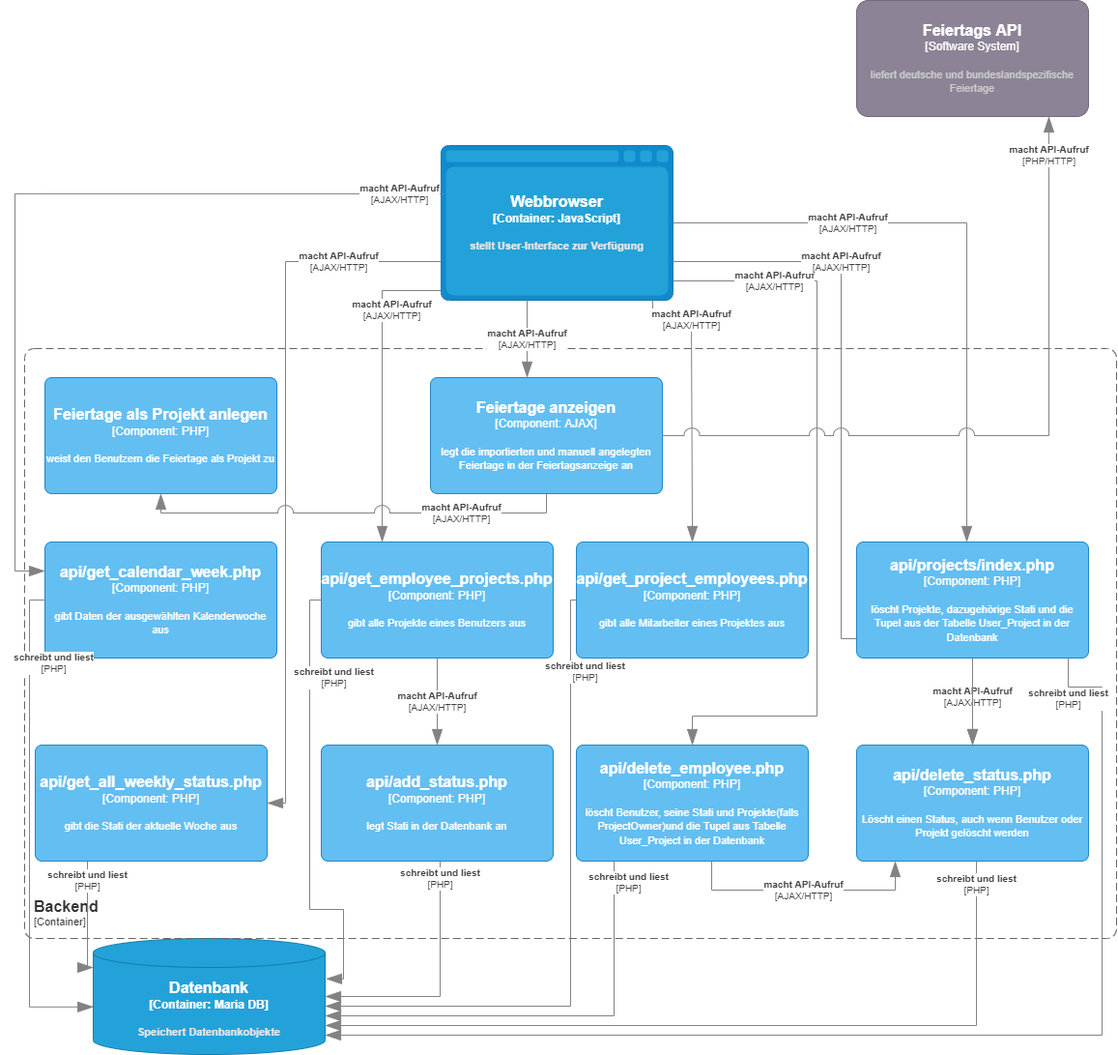
Earlier version of the draw.io export docs/architecture/images/c4 3 schicht feiertage.png (PowerOfCreation/E1Ressourcenverwaltung). Source tidied: cells renumbered, new cells last; positions are measured from the earlier drawing's top-left corner, leaving out a move shared by most shapes.
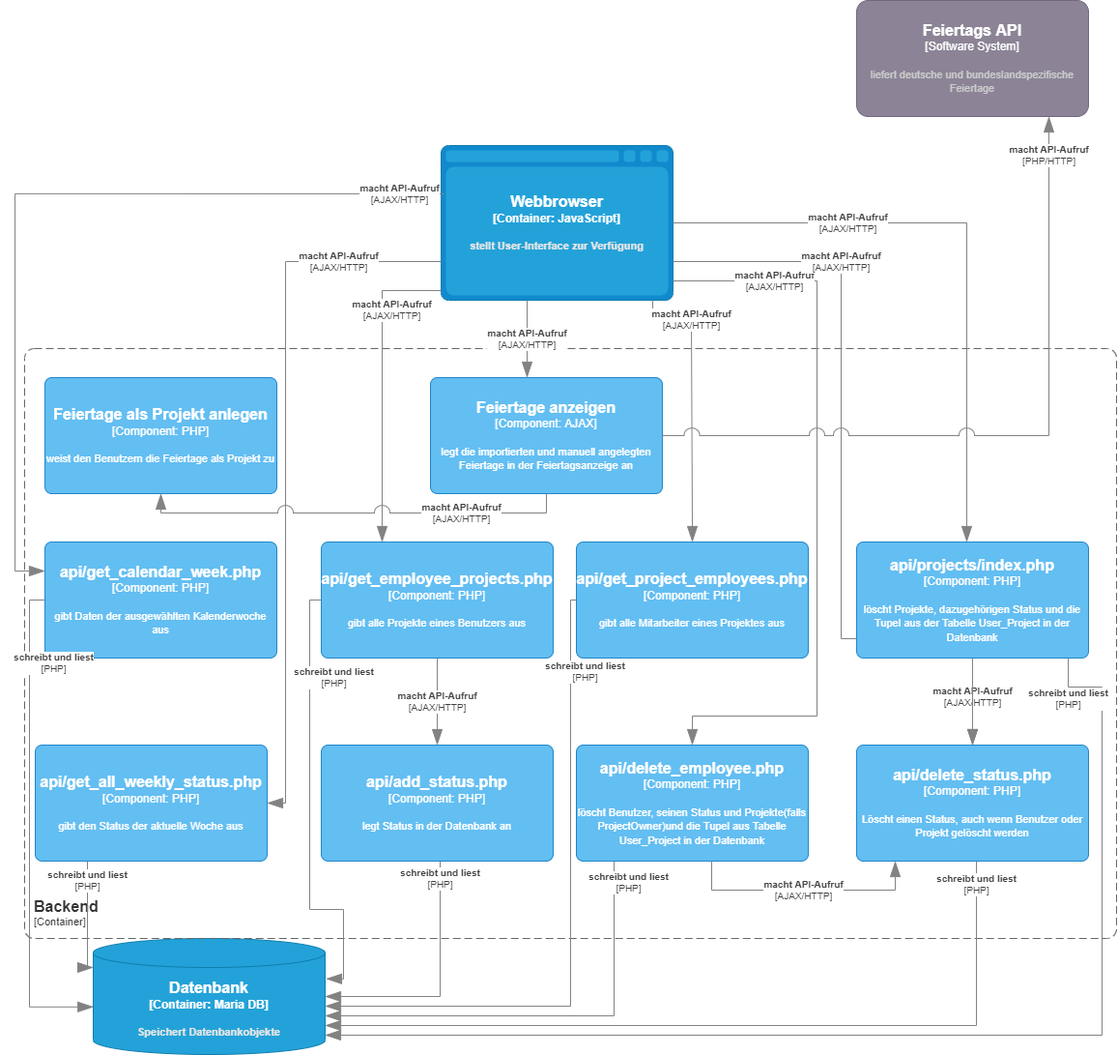
The same file after the commit.

What changed in the source:
```diff
@@ -41,17 +41,17 @@
         <mxGeometry x="31" y="560" width="240" height="120" as="geometry" />
       </mxCell>
     </object>
-    <object id="9" label="&lt;font style=&quot;font-size: 16px&quot;&gt;&lt;b&gt;%c4Name%&lt;/b&gt;&lt;/font&gt;&lt;div&gt;[%c4Type%: %c4Technology%]&lt;/div&gt;&lt;br&gt;&lt;div&gt;&lt;font style=&quot;font-size: 11px&quot;&gt;%c4Description%&lt;/font&gt;&lt;/div&gt;" c4Description="gibt die Stati der aktuelle Woche aus" c4Name="api/get_all_weekly_status.php&#10;" c4Technology="PHP" c4Type="Component" placeholders="1">
+    <object id="9" label="&lt;font style=&quot;font-size: 16px&quot;&gt;&lt;b&gt;%c4Name%&lt;/b&gt;&lt;/font&gt;&lt;div&gt;[%c4Type%: %c4Technology%]&lt;/div&gt;&lt;br&gt;&lt;div&gt;&lt;font style=&quot;font-size: 11px&quot;&gt;%c4Description%&lt;/font&gt;&lt;/div&gt;" c4Description="gibt den Status der aktuelle Woche aus" c4Name="api/get_all_weekly_status.php&#10;" c4Technology="PHP" c4Type="Component" placeholders="1">
       <mxCell style="rounded=1;whiteSpace=wrap;html=1;labelBackgroundColor=none;fillColor=#63BEF2;fontColor=#ffffff;align=center;arcSize=6;strokeColor=#2086C9;points=[[0.25,0,0],[0.5,0,0],[0.75,0,0],[1,0.25,0],[1,0.5,0],[1,0.75,0],[0.75,1,0],[0.5,1,0],[0.25,1,0],[0,0.75,0],[0,0.5,0],[0,0.25,0]];" parent="1" vertex="1">
         <mxGeometry x="21" y="770" width="240" height="120" as="geometry" />
       </mxCell>
     </object>
-    <object id="10" label="&lt;font style=&quot;font-size: 16px&quot;&gt;&lt;b&gt;%c4Name%&lt;/b&gt;&lt;/font&gt;&lt;div&gt;[%c4Type%: %c4Technology%]&lt;/div&gt;&lt;br&gt;&lt;div&gt;&lt;font style=&quot;font-size: 11px&quot;&gt;%c4Description%&lt;/font&gt;&lt;/div&gt;" c4Description="legt Stati in der Datenbank an" c4Name="api/add_status.php" c4Technology="PHP" c4Type="Component" placeholders="1">
+    <object id="10" label="&lt;font style=&quot;font-size: 16px&quot;&gt;&lt;b&gt;%c4Name%&lt;/b&gt;&lt;/font&gt;&lt;div&gt;[%c4Type%: %c4Technology%]&lt;/div&gt;&lt;br&gt;&lt;div&gt;&lt;font style=&quot;font-size: 11px&quot;&gt;%c4Description%&lt;/font&gt;&lt;/div&gt;" c4Description="legt Status in der Datenbank an" c4Name="api/add_status.php" c4Technology="PHP" c4Type="Component" placeholders="1">
       <mxCell style="rounded=1;whiteSpace=wrap;html=1;labelBackgroundColor=none;fillColor=#63BEF2;fontColor=#ffffff;align=center;arcSize=6;strokeColor=#2086C9;points=[[0.25,0,0],[0.5,0,0],[0.75,0,0],[1,0.25,0],[1,0.5,0],[1,0.75,0],[0.75,1,0],[0.5,1,0],[0.25,1,0],[0,0.75,0],[0,0.5,0],[0,0.25,0]];" parent="1" vertex="1">
         <mxGeometry x="317" y="770" width="240" height="120" as="geometry" />
       </mxCell>
     </object>
-    <object id="11" label="&lt;font style=&quot;font-size: 16px&quot;&gt;&lt;b&gt;%c4Name%&lt;/b&gt;&lt;/font&gt;&lt;div&gt;[%c4Type%: %c4Technology%]&lt;/div&gt;&lt;br&gt;&lt;div&gt;&lt;font style=&quot;font-size: 11px&quot;&gt;%c4Description%&lt;/font&gt;&lt;/div&gt;" c4Description="löscht Benutzer, seine Stati und  Projekte(falls ProjectOwner)und die Tupel aus Tabelle User_Project in der Datenbank&#10;" c4Name="api/delete_employee.php" c4Technology="PHP" c4Type="Component" placeholders="1">
+    <object id="11" label="&lt;font style=&quot;font-size: 16px&quot;&gt;&lt;b&gt;%c4Name%&lt;/b&gt;&lt;/font&gt;&lt;div&gt;[%c4Type%: %c4Technology%]&lt;/div&gt;&lt;br&gt;&lt;div&gt;&lt;font style=&quot;font-size: 11px&quot;&gt;%c4Description%&lt;/font&gt;&lt;/div&gt;" c4Description="löscht Benutzer, seinen Status und  Projekte(falls ProjectOwner)und die Tupel aus Tabelle User_Project in der Datenbank&#10;" c4Name="api/delete_employee.php" c4Technology="PHP" c4Type="Component" placeholders="1">
       <mxCell style="rounded=1;whiteSpace=wrap;html=1;labelBackgroundColor=none;fillColor=#63BEF2;fontColor=#ffffff;align=center;arcSize=6;strokeColor=#2086C9;points=[[0.25,0,0],[0.5,0,0],[0.75,0,0],[1,0.25,0],[1,0.5,0],[1,0.75,0],[0.75,1,0],[0.5,1,0],[0.25,1,0],[0,0.75,0],[0,0.5,0],[0,0.25,0]];" parent="1" vertex="1">
         <mxGeometry x="581" y="770" width="240" height="120" as="geometry" />
       </mxCell>
@@ -144,7 +144,7 @@
         </mxGeometry>
       </mxCell>
     </object>
-    <object id="22" label="&lt;font style=&quot;font-size: 16px&quot;&gt;&lt;b&gt;%c4Name%&lt;/b&gt;&lt;/font&gt;&lt;div&gt;[%c4Type%: %c4Technology%]&lt;/div&gt;&lt;br&gt;&lt;div&gt;&lt;font style=&quot;font-size: 11px&quot;&gt;%c4Description%&lt;/font&gt;&lt;/div&gt;" c4Description="löscht Projekte, dazugehörige Stati und die Tupel aus der Tabelle User_Project in der Datenbank" c4Name="api/projects/index.php" c4Technology="PHP" c4Type="Component" placeholders="1">
+    <object id="22" label="&lt;font style=&quot;font-size: 16px&quot;&gt;&lt;b&gt;%c4Name%&lt;/b&gt;&lt;/font&gt;&lt;div&gt;[%c4Type%: %c4Technology%]&lt;/div&gt;&lt;br&gt;&lt;div&gt;&lt;font style=&quot;font-size: 11px&quot;&gt;%c4Description%&lt;/font&gt;&lt;/div&gt;" c4Description="löscht Projekte, dazugehörigen Status und die Tupel aus der Tabelle User_Project in der Datenbank" c4Name="api/projects/index.php" c4Technology="PHP" c4Type="Component" placeholders="1">
       <mxCell style="rounded=1;whiteSpace=wrap;html=1;labelBackgroundColor=none;fillColor=#63BEF2;fontColor=#ffffff;align=center;arcSize=6;strokeColor=#2086C9;points=[[0.25,0,0],[0.5,0,0],[0.75,0,0],[1,0.25,0],[1,0.5,0],[1,0.75,0],[0.75,1,0],[0.5,1,0],[0.25,1,0],[0,0.75,0],[0,0.5,0],[0,0.25,0]];" parent="1" vertex="1">
         <mxGeometry x="871" y="560" width="240" height="120" as="geometry" />
       </mxCell>
@@ -246,7 +246,7 @@
         <mxGeometry x="31" y="390" width="240" height="120" as="geometry" />
       </mxCell>
     </object>
-    <object id="33" label="&lt;font style=&quot;font-size: 16px&quot;&gt;&lt;b&gt;%c4Name%&lt;/b&gt;&lt;/font&gt;&lt;div&gt;[%c4Type%: %c4Technology%]&lt;/div&gt;&lt;br&gt;&lt;div&gt;&lt;font style=&quot;font-size: 11px&quot;&gt;%c4Description%&lt;/font&gt;&lt;/div&gt;" c4Description="legt die importierten und manuell angelegten Feiertage in der Feiertagsanzeige an" c4Name="Feiertage anzeigen&#10;" c4Technology="AJAX" c4Type="Component" placeholders="1">
+    <object id="33" label="&lt;font style=&quot;font-size: 16px&quot;&gt;&lt;b&gt;%c4Name%&lt;/b&gt;&lt;/font&gt;&lt;div&gt;[%c4Type%: %c4Technology%]&lt;/div&gt;&lt;br&gt;&lt;div&gt;&lt;font style=&quot;font-size: 11px&quot;&gt;%c4Description%&lt;/font&gt;&lt;/div&gt;" c4Description="legt die importierten und manuell angelegten Feiertage in der Feiertagsanzeige an" c4Name="Feiertage anzeigen" c4Technology="AJAX" c4Type="Component" placeholders="1">
       <mxCell style="rounded=1;whiteSpace=wrap;html=1;labelBackgroundColor=none;fillColor=#63BEF2;fontColor=#ffffff;align=center;arcSize=6;strokeColor=#2086C9;points=[[0.25,0,0],[0.5,0,0],[0.75,0,0],[1,0.25,0],[1,0.5,0],[1,0.75,0],[0.75,1,0],[0.5,1,0],[0.25,1,0],[0,0.75,0],[0,0.5,0],[0,0.25,0]];" parent="1" vertex="1">
         <mxGeometry x="430" y="390" width="240" height="120" as="geometry" />
       </mxCell>
```
